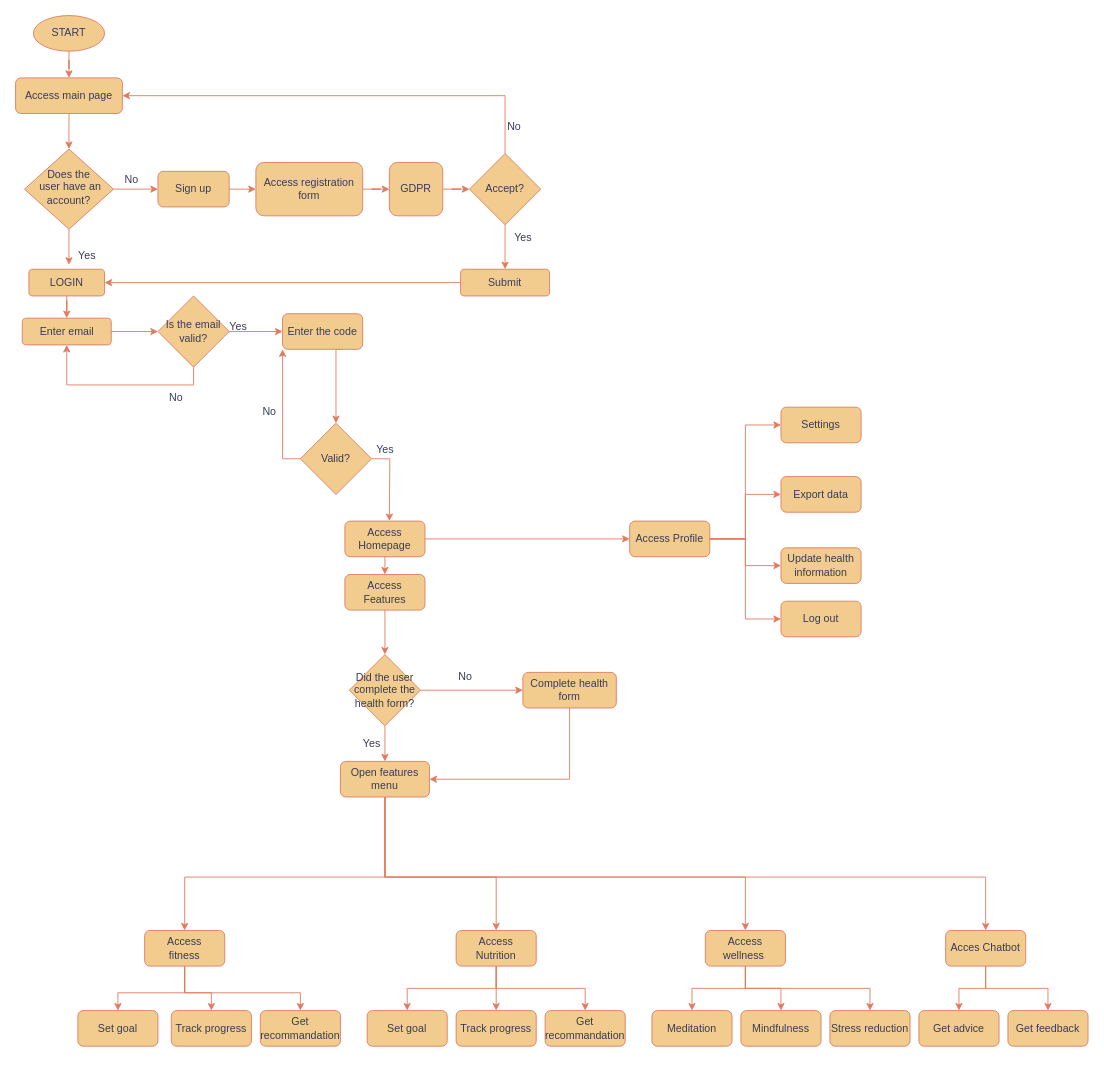
Before: Untitled Diagram.drawio in MihalacheDiana/IP2023, a draw.io diagram. Source tidied: cells renumbered, new cells numbered last; positions are measured from the earlier drawing's top-left corner, leaving out a move shared by most shapes. Both pictures are drawn from the tidied source at 89%, with x=0, y=0 at pixel (15, 15).
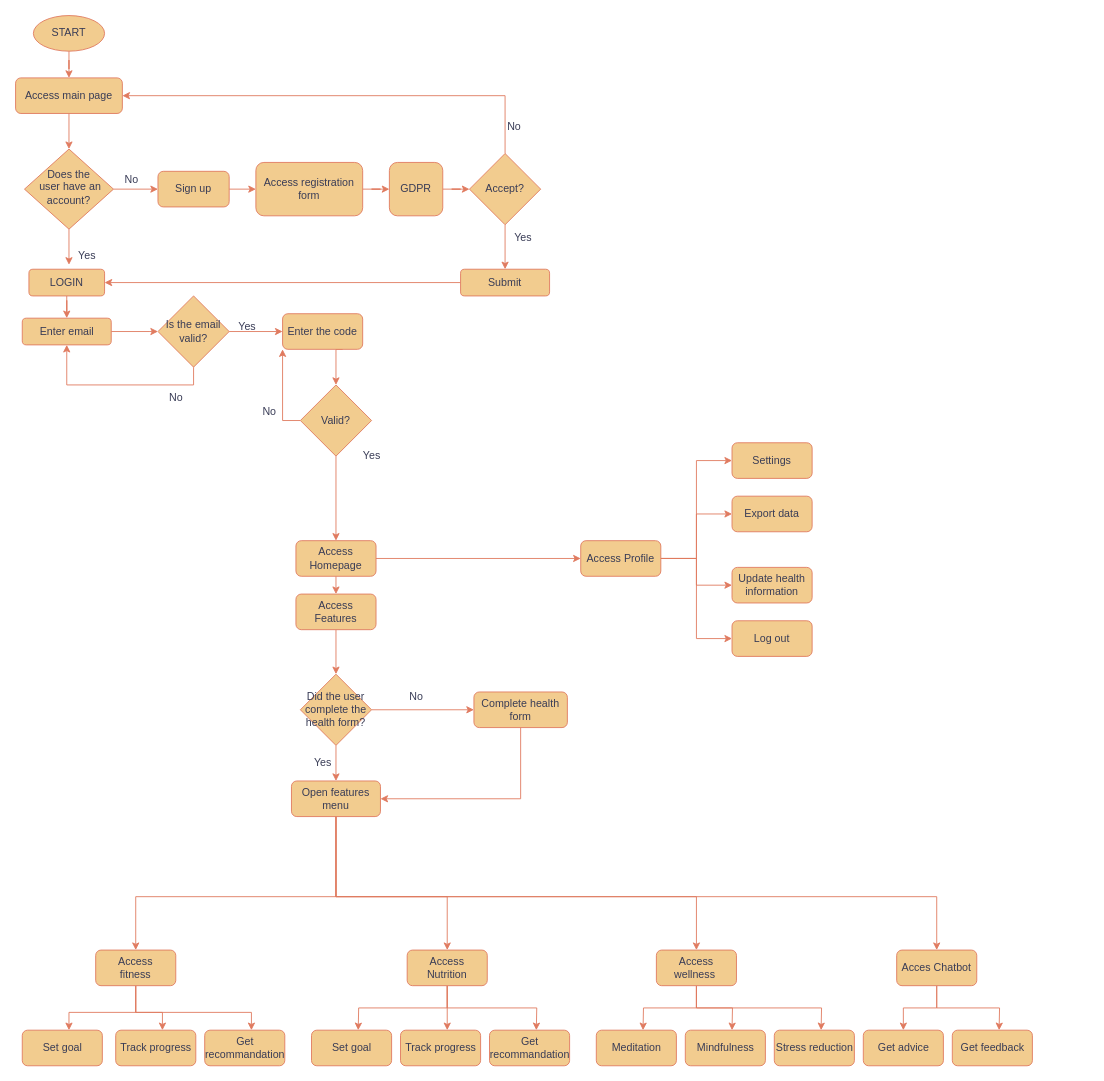
The same diagram, later.

Change to the diagram source:
```diff
@@
-    <mxCell id="21" style="edgeStyle=orthogonalEdgeStyle;rounded=0;jettySize=auto;html=1;labelBackgroundColor=none;strokeColor=#E07A5F;fontColor=default;" parent="1" edge="1" source="23">
-      <mxGeometry relative="1" as="geometry">
-        <mxPoint x="420" y="568" as="targetPoint" />
-      </mxGeometry>
-    </mxCell>
@@
+    <mxCell id="94" style="edgeStyle=orthogonalEdgeStyle;rounded=0;jettySize=auto;html=1;exitX=0.5;exitY=1;exitDx=0;exitDy=0;strokeColor=#E07A5F;fontColor=#393C56;fillColor=#F2CC8F;entryX=0.5;entryY=0;entryDx=0;entryDy=0;" parent="1" edge="1" source="23" target="34">
+      <mxGeometry relative="1" as="geometry" />
+    </mxCell>
     <mxCell id="23" value="Valid?" style="rhombus;whiteSpace=wrap;html=1;labelBackgroundColor=none;fillColor=#F2CC8F;strokeColor=#E07A5F;fontColor=#393C56;" parent="1" vertex="1">
-      <mxGeometry x="320" y="458" width="80" height="80" as="geometry" />
+      <mxGeometry x="320" y="415" width="80" height="80" as="geometry" />
     </mxCell>
@@
     <mxCell id="25" value="Yes" style="text;html=1;align=center;verticalAlign=middle;strokeColor=none;fillColor=none;labelBackgroundColor=none;fontColor=#393C56;" parent="1" vertex="1">
-      <mxGeometry x="395" y="473" width="40" height="30" as="geometry" />
+      <mxGeometry x="380" y="480" width="40" height="30" as="geometry" />
     </mxCell>
@@
     <mxCell id="34" value="Access Homepage" style="rounded=1;whiteSpace=wrap;html=1;labelBackgroundColor=none;fillColor=#F2CC8F;strokeColor=#E07A5F;fontColor=#393C56;" parent="1" vertex="1">
-      <mxGeometry x="370" y="568" width="90" height="40" as="geometry" />
+      <mxGeometry x="315" y="590" width="90" height="40" as="geometry" />
     </mxCell>
@@
     <mxCell id="39" value="Access Profile" style="rounded=1;whiteSpace=wrap;html=1;labelBackgroundColor=none;fillColor=#F2CC8F;strokeColor=#E07A5F;fontColor=#393C56;" parent="1" vertex="1">
-      <mxGeometry x="690" y="568" width="90" height="40" as="geometry" />
+      <mxGeometry x="635" y="590" width="90" height="40" as="geometry" />
     </mxCell>
     <mxCell id="40" style="edgeStyle=orthogonalEdgeStyle;rounded=0;jettySize=auto;html=1;exitX=0.5;exitY=1;exitDx=0;exitDy=0;strokeColor=#E07A5F;fontColor=default;fillColor=#F2CC8F;entryX=0.5;entryY=0;entryDx=0;entryDy=0;labelBackgroundColor=none;" parent="1" edge="1" source="81" target="43">
       <mxGeometry relative="1" as="geometry">
         <Array as="points">
-          <mxPoint x="415" y="968" />
-          <mxPoint x="1090" y="968" />
+          <mxPoint x="360" y="990" />
+          <mxPoint x="1035" y="990" />
         </Array>
       </mxGeometry>
     </mxCell>
+    <mxCell id="42" style="edgeStyle=orthogonalEdgeStyle;rounded=0;jettySize=auto;html=1;exitX=0.5;exitY=1;exitDx=0;exitDy=0;strokeColor=#E07A5F;fontColor=default;fillColor=#F2CC8F;labelBackgroundColor=none;" parent="1" edge="1" source="43">
+      <mxGeometry relative="1" as="geometry">
+        <mxPoint x="1105.1" y="1140" as="targetPoint" />
+      </mxGeometry>
+    </mxCell>
-    <mxCell id="41" style="edgeStyle=orthogonalEdgeStyle;rounded=0;jettySize=auto;html=1;exitX=0.5;exitY=1;exitDx=0;exitDy=0;entryX=0.5;entryY=0;entryDx=0;entryDy=0;strokeColor=#E07A5F;fontColor=default;fillColor=#F2CC8F;labelBackgroundColor=none;" parent="1" edge="1" source="43" target="67">
+    <mxCell id="41" style="edgeStyle=orthogonalEdgeStyle;rounded=0;jettySize=auto;html=1;exitX=0.5;exitY=1;exitDx=0;exitDy=0;entryX=0.5;entryY=0;entryDx=0;entryDy=0;strokeColor=#E07A5F;fontColor=#393C56;fillColor=#F2CC8F;" parent="1" edge="1" source="43" target="67">
       <mxGeometry relative="1" as="geometry" />
     </mxCell>
-    <mxCell id="42" style="edgeStyle=orthogonalEdgeStyle;rounded=0;jettySize=auto;html=1;exitX=0.5;exitY=1;exitDx=0;exitDy=0;strokeColor=#E07A5F;fontColor=default;fillColor=#F2CC8F;labelBackgroundColor=none;" parent="1" edge="1" source="43" target="68">
-      <mxGeometry relative="1" as="geometry" />
-    </mxCell>
     <mxCell id="43" value="Acces Chatbot" style="rounded=1;whiteSpace=wrap;html=1;labelBackgroundColor=none;fillColor=#F2CC8F;strokeColor=#E07A5F;fontColor=#393C56;" parent="1" vertex="1">
-      <mxGeometry x="1045" y="1028" width="90" height="40" as="geometry" />
+      <mxGeometry x="990" y="1050" width="90" height="40" as="geometry" />
     </mxCell>
-    <mxCell id="44" style="edgeStyle=orthogonalEdgeStyle;rounded=0;jettySize=auto;html=1;exitX=0.5;exitY=1;exitDx=0;exitDy=0;entryX=0.5;entryY=0;entryDx=0;entryDy=0;strokeColor=#E07A5F;fontColor=default;fillColor=#F2CC8F;labelBackgroundColor=none;" parent="1" edge="1" source="47" target="61">
-      <mxGeometry relative="1" as="geometry" />
+    <mxCell id="44" style="edgeStyle=orthogonalEdgeStyle;rounded=0;jettySize=auto;html=1;exitX=0.5;exitY=1;exitDx=0;exitDy=0;entryX=0.5;entryY=0;entryDx=0;entryDy=0;strokeColor=#E07A5F;fontColor=default;fillColor=#F2CC8F;labelBackgroundColor=none;" parent="1" edge="1" source="47">
+      <mxGeometry relative="1" as="geometry">
+        <mxPoint x="385" y="1140" as="targetPoint" />
+      </mxGeometry>
     </mxCell>
-    <mxCell id="45" style="edgeStyle=orthogonalEdgeStyle;rounded=0;jettySize=auto;html=1;exitX=0.5;exitY=1;exitDx=0;exitDy=0;strokeColor=#E07A5F;fontColor=default;fillColor=#F2CC8F;labelBackgroundColor=none;" parent="1" edge="1" source="47" target="62">
-      <mxGeometry relative="1" as="geometry" />
+    <mxCell id="45" style="edgeStyle=orthogonalEdgeStyle;rounded=0;jettySize=auto;html=1;exitX=0.5;exitY=1;exitDx=0;exitDy=0;strokeColor=#E07A5F;fontColor=default;fillColor=#F2CC8F;labelBackgroundColor=none;" parent="1" edge="1" source="47">
+      <mxGeometry relative="1" as="geometry">
+        <mxPoint x="485" y="1140" as="targetPoint" />
+      </mxGeometry>
     </mxCell>
-    <mxCell id="46" style="edgeStyle=orthogonalEdgeStyle;rounded=0;jettySize=auto;html=1;exitX=0.5;exitY=1;exitDx=0;exitDy=0;strokeColor=#E07A5F;fontColor=default;fillColor=#F2CC8F;labelBackgroundColor=none;" parent="1" edge="1" source="47" target="63">
-      <mxGeometry relative="1" as="geometry" />
+    <mxCell id="46" style="edgeStyle=orthogonalEdgeStyle;rounded=0;jettySize=auto;html=1;exitX=0.5;exitY=1;exitDx=0;exitDy=0;strokeColor=#E07A5F;fontColor=default;fillColor=#F2CC8F;labelBackgroundColor=none;" parent="1" edge="1" source="47">
+      <mxGeometry relative="1" as="geometry">
+        <mxPoint x="585.1" y="1140" as="targetPoint" />
+      </mxGeometry>
     </mxCell>
     <mxCell id="47" value="Access &lt;br&gt;Nutrition" style="rounded=1;whiteSpace=wrap;html=1;labelBackgroundColor=none;fillColor=#F2CC8F;strokeColor=#E07A5F;fontColor=#393C56;" parent="1" vertex="1">
-      <mxGeometry x="495" y="1028" width="90" height="40" as="geometry" />
+      <mxGeometry x="440" y="1050" width="90" height="40" as="geometry" />
     </mxCell>
-    <mxCell id="48" style="edgeStyle=orthogonalEdgeStyle;rounded=0;jettySize=auto;html=1;exitX=0.5;exitY=1;exitDx=0;exitDy=0;entryX=0.5;entryY=0;entryDx=0;entryDy=0;strokeColor=#E07A5F;fontColor=default;fillColor=#F2CC8F;labelBackgroundColor=none;" parent="1" edge="1" source="51" target="59">
+    <mxCell id="48" style="edgeStyle=orthogonalEdgeStyle;rounded=0;jettySize=auto;html=1;exitX=0.5;exitY=1;exitDx=0;exitDy=0;entryX=0.5;entryY=0;entryDx=0;entryDy=0;strokeColor=#E07A5F;fontColor=default;fillColor=#F2CC8F;labelBackgroundColor=none;" parent="1" edge="1" source="51">
       <mxGeometry relative="1" as="geometry">
+        <mxPoint x="165" y="1140" as="targetPoint" />
         <Array as="points">
-          <mxPoint x="190" y="1098" />
-          <mxPoint x="220" y="1098" />
+          <mxPoint x="135" y="1120" />
+          <mxPoint x="165" y="1120" />
         </Array>
       </mxGeometry>
     </mxCell>
-    <mxCell id="49" style="edgeStyle=orthogonalEdgeStyle;rounded=0;jettySize=auto;html=1;exitX=0.5;exitY=1;exitDx=0;exitDy=0;entryX=0.5;entryY=0;entryDx=0;entryDy=0;strokeColor=#E07A5F;fontColor=default;fillColor=#F2CC8F;labelBackgroundColor=none;" parent="1" edge="1" source="51" target="60">
+    <mxCell id="49" style="edgeStyle=orthogonalEdgeStyle;rounded=0;jettySize=auto;html=1;exitX=0.5;exitY=1;exitDx=0;exitDy=0;entryX=0.5;entryY=0;entryDx=0;entryDy=0;strokeColor=#E07A5F;fontColor=default;fillColor=#F2CC8F;labelBackgroundColor=none;" parent="1" edge="1" source="51">
       <mxGeometry relative="1" as="geometry">
+        <mxPoint x="265" y="1140" as="targetPoint" />
         <Array as="points">
-          <mxPoint x="190" y="1098" />
-          <mxPoint x="320" y="1098" />
+          <mxPoint x="135" y="1120" />
+          <mxPoint x="265" y="1120" />
         </Array>
       </mxGeometry>
     </mxCell>
-    <mxCell id="50" style="edgeStyle=orthogonalEdgeStyle;rounded=0;jettySize=auto;html=1;exitX=0.5;exitY=1;exitDx=0;exitDy=0;entryX=0.5;entryY=0;entryDx=0;entryDy=0;strokeColor=#E07A5F;fontColor=default;fillColor=#F2CC8F;labelBackgroundColor=none;" parent="1" edge="1" source="51" target="57">
+    <mxCell id="50" style="edgeStyle=orthogonalEdgeStyle;rounded=0;jettySize=auto;html=1;exitX=0.5;exitY=1;exitDx=0;exitDy=0;entryX=0.5;entryY=0;entryDx=0;entryDy=0;strokeColor=#E07A5F;fontColor=default;fillColor=#F2CC8F;labelBackgroundColor=none;" parent="1" edge="1" source="51">
       <mxGeometry relative="1" as="geometry">
+        <mxPoint x="60" y="1140" as="targetPoint" />
         <Array as="points">
-          <mxPoint x="190" y="1098" />
-          <mxPoint x="115" y="1098" />
+          <mxPoint x="135" y="1120" />
+          <mxPoint x="60" y="1120" />
         </Array>
       </mxGeometry>
     </mxCell>
     <mxCell id="51" value="Access &lt;br&gt;fitness" style="rounded=1;whiteSpace=wrap;html=1;strokeColor=#E07A5F;fontColor=#393C56;fillColor=#F2CC8F;labelBackgroundColor=none;" parent="1" vertex="1">
-      <mxGeometry x="145" y="1028" width="90" height="40" as="geometry" />
+      <mxGeometry x="90" y="1050" width="90" height="40" as="geometry" />
     </mxCell>
@@
-    <mxCell id="53" style="edgeStyle=orthogonalEdgeStyle;rounded=0;jettySize=auto;html=1;exitX=0.5;exitY=1;exitDx=0;exitDy=0;entryX=0.5;entryY=0;entryDx=0;entryDy=0;strokeColor=#E07A5F;fontColor=default;fillColor=#F2CC8F;labelBackgroundColor=none;" parent="1" edge="1" source="56" target="64">
-      <mxGeometry relative="1" as="geometry" />
+    <mxCell id="53" style="edgeStyle=orthogonalEdgeStyle;rounded=0;jettySize=auto;html=1;exitX=0.5;exitY=1;exitDx=0;exitDy=0;entryX=0.5;entryY=0;entryDx=0;entryDy=0;strokeColor=#E07A5F;fontColor=default;fillColor=#F2CC8F;labelBackgroundColor=none;" parent="1" edge="1" source="56">
+      <mxGeometry relative="1" as="geometry">
+        <mxPoint x="705" y="1140" as="targetPoint" />
+      </mxGeometry>
     </mxCell>
-    <mxCell id="54" style="edgeStyle=orthogonalEdgeStyle;rounded=0;jettySize=auto;html=1;exitX=0.5;exitY=1;exitDx=0;exitDy=0;entryX=0.5;entryY=0;entryDx=0;entryDy=0;strokeColor=#E07A5F;fontColor=default;fillColor=#F2CC8F;labelBackgroundColor=none;" parent="1" edge="1" source="56" target="66">
-      <mxGeometry relative="1" as="geometry" />
+    <mxCell id="54" style="edgeStyle=orthogonalEdgeStyle;rounded=0;jettySize=auto;html=1;exitX=0.5;exitY=1;exitDx=0;exitDy=0;entryX=0.5;entryY=0;entryDx=0;entryDy=0;strokeColor=#E07A5F;fontColor=default;fillColor=#F2CC8F;labelBackgroundColor=none;" parent="1" edge="1" source="56">
+      <mxGeometry relative="1" as="geometry">
+        <mxPoint x="805" y="1140" as="targetPoint" />
+      </mxGeometry>
     </mxCell>
-    <mxCell id="55" style="edgeStyle=orthogonalEdgeStyle;rounded=0;jettySize=auto;html=1;exitX=0.5;exitY=1;exitDx=0;exitDy=0;strokeColor=#E07A5F;fontColor=default;fillColor=#F2CC8F;labelBackgroundColor=none;" parent="1" edge="1" source="56" target="65">
-      <mxGeometry relative="1" as="geometry" />
+    <mxCell id="55" style="edgeStyle=orthogonalEdgeStyle;rounded=0;jettySize=auto;html=1;exitX=0.5;exitY=1;exitDx=0;exitDy=0;strokeColor=#E07A5F;fontColor=default;fillColor=#F2CC8F;labelBackgroundColor=none;" parent="1" edge="1" source="56">
+      <mxGeometry relative="1" as="geometry">
+        <mxPoint x="905.1" y="1140" as="targetPoint" />
+      </mxGeometry>
     </mxCell>
     <mxCell id="56" value="Access wellness&amp;nbsp;" style="rounded=1;whiteSpace=wrap;html=1;strokeColor=#E07A5F;fontColor=#393C56;fillColor=#F2CC8F;labelBackgroundColor=none;" parent="1" vertex="1">
-      <mxGeometry x="775" y="1028" width="90" height="40" as="geometry" />
+      <mxGeometry x="720" y="1050" width="90" height="40" as="geometry" />
     </mxCell>
     <mxCell id="57" value="Set goal" style="rounded=1;whiteSpace=wrap;html=1;strokeColor=#E07A5F;fontColor=#393C56;fillColor=#F2CC8F;labelBackgroundColor=none;" parent="1" vertex="1">
-      <mxGeometry x="70" y="1118" width="90" height="40" as="geometry" />
+      <mxGeometry x="7.5" y="1140" width="90" height="40" as="geometry" />
     </mxCell>
@@
     <mxCell id="59" value="Track progress" style="rounded=1;whiteSpace=wrap;html=1;strokeColor=#E07A5F;fontColor=#393C56;fillColor=#F2CC8F;labelBackgroundColor=none;" parent="1" vertex="1">
-      <mxGeometry x="175" y="1118" width="90" height="40" as="geometry" />
+      <mxGeometry x="112.5" y="1140" width="90" height="40" as="geometry" />
     </mxCell>
     <mxCell id="60" value="Get recommandation" style="rounded=1;whiteSpace=wrap;html=1;strokeColor=#E07A5F;fontColor=#393C56;fillColor=#F2CC8F;labelBackgroundColor=none;" parent="1" vertex="1">
-      <mxGeometry x="275" y="1118" width="90" height="40" as="geometry" />
+      <mxGeometry x="212.5" y="1140" width="90" height="40" as="geometry" />
     </mxCell>
     <mxCell id="61" value="Set goal" style="rounded=1;whiteSpace=wrap;html=1;strokeColor=#E07A5F;fontColor=#393C56;fillColor=#F2CC8F;labelBackgroundColor=none;" parent="1" vertex="1">
-      <mxGeometry x="395" y="1118" width="90" height="40" as="geometry" />
+      <mxGeometry x="332.5" y="1140" width="90" height="40" as="geometry" />
     </mxCell>
     <mxCell id="62" value="Track progress" style="rounded=1;whiteSpace=wrap;html=1;strokeColor=#E07A5F;fontColor=#393C56;fillColor=#F2CC8F;labelBackgroundColor=none;" parent="1" vertex="1">
-      <mxGeometry x="495" y="1118" width="90" height="40" as="geometry" />
+      <mxGeometry x="432.5" y="1140" width="90" height="40" as="geometry" />
     </mxCell>
     <mxCell id="63" value="Get recommandation" style="rounded=1;whiteSpace=wrap;html=1;strokeColor=#E07A5F;fontColor=#393C56;fillColor=#F2CC8F;labelBackgroundColor=none;" parent="1" vertex="1">
-      <mxGeometry x="595" y="1118" width="90" height="40" as="geometry" />
+      <mxGeometry x="532.5" y="1140" width="90" height="40" as="geometry" />
     </mxCell>
     <mxCell id="64" value="Meditation" style="rounded=1;whiteSpace=wrap;html=1;strokeColor=#E07A5F;fontColor=#393C56;fillColor=#F2CC8F;labelBackgroundColor=none;" parent="1" vertex="1">
-      <mxGeometry x="715" y="1118" width="90" height="40" as="geometry" />
+      <mxGeometry x="652.5" y="1140" width="90" height="40" as="geometry" />
     </mxCell>
     <mxCell id="65" value="Stress reduction" style="rounded=1;whiteSpace=wrap;html=1;strokeColor=#E07A5F;fontColor=#393C56;fillColor=#F2CC8F;labelBackgroundColor=none;" parent="1" vertex="1">
-      <mxGeometry x="915" y="1118" width="90" height="40" as="geometry" />
+      <mxGeometry x="852.5" y="1140" width="90" height="40" as="geometry" />
     </mxCell>
     <mxCell id="66" value="Mindfulness" style="rounded=1;whiteSpace=wrap;html=1;strokeColor=#E07A5F;fontColor=#393C56;fillColor=#F2CC8F;labelBackgroundColor=none;" parent="1" vertex="1">
-      <mxGeometry x="815" y="1118" width="90" height="40" as="geometry" />
+      <mxGeometry x="752.5" y="1140" width="90" height="40" as="geometry" />
     </mxCell>
     <mxCell id="67" value="Get advice" style="rounded=1;whiteSpace=wrap;html=1;strokeColor=#E07A5F;fontColor=#393C56;fillColor=#F2CC8F;labelBackgroundColor=none;" parent="1" vertex="1">
-      <mxGeometry x="1015" y="1118" width="90" height="40" as="geometry" />
+      <mxGeometry x="952.5" y="1140" width="90" height="40" as="geometry" />
     </mxCell>
     <mxCell id="68" value="Get feedback" style="rounded=1;whiteSpace=wrap;html=1;strokeColor=#E07A5F;fontColor=#393C56;fillColor=#F2CC8F;labelBackgroundColor=none;" parent="1" vertex="1">
-      <mxGeometry x="1115" y="1118" width="90" height="40" as="geometry" />
+      <mxGeometry x="1052.5" y="1140" width="90" height="40" as="geometry" />
     </mxCell>
     <mxCell id="69" value="Export data" style="rounded=1;whiteSpace=wrap;html=1;labelBackgroundColor=none;fillColor=#F2CC8F;strokeColor=#E07A5F;fontColor=#393C56;" parent="1" vertex="1">
-      <mxGeometry x="860" y="518" width="90" height="40" as="geometry" />
+      <mxGeometry x="805" y="540" width="90" height="40" as="geometry" />
     </mxCell>
     <mxCell id="70" value="Settings" style="rounded=1;whiteSpace=wrap;html=1;labelBackgroundColor=none;fillColor=#F2CC8F;strokeColor=#E07A5F;fontColor=#393C56;" parent="1" vertex="1">
-      <mxGeometry x="860" y="440" width="90" height="40" as="geometry" />
+      <mxGeometry x="805" y="480" width="90" height="40" as="geometry" />
     </mxCell>
     <mxCell id="71" value="Update health information" style="rounded=1;whiteSpace=wrap;html=1;labelBackgroundColor=none;fillColor=#F2CC8F;strokeColor=#E07A5F;fontColor=#393C56;" parent="1" vertex="1">
-      <mxGeometry x="860" y="598" width="90" height="40" as="geometry" />
+      <mxGeometry x="805" y="620" width="90" height="40" as="geometry" />
     </mxCell>
@@
     <mxCell id="74" value="Access Features" style="rounded=1;whiteSpace=wrap;html=1;labelBackgroundColor=none;fillColor=#F2CC8F;strokeColor=#E07A5F;fontColor=#393C56;" parent="1" vertex="1">
-      <mxGeometry x="370" y="628" width="90" height="40" as="geometry" />
+      <mxGeometry x="315" y="650" width="90" height="40" as="geometry" />
     </mxCell>
@@
     <mxCell id="77" value="Did the user complete the health form?" style="rhombus;whiteSpace=wrap;html=1;fillColor=#F2CC8F;strokeColor=#E07A5F;fontColor=#393C56;rounded=0;labelBackgroundColor=none;" parent="1" vertex="1">
-      <mxGeometry x="375" y="718" width="80" height="80" as="geometry" />
+      <mxGeometry x="320" y="740" width="80" height="80" as="geometry" />
     </mxCell>
     <mxCell id="78" style="edgeStyle=orthogonalEdgeStyle;rounded=0;jettySize=auto;html=1;exitX=0.5;exitY=1;exitDx=0;exitDy=0;entryX=0.5;entryY=0;entryDx=0;entryDy=0;strokeColor=#E07A5F;fontColor=default;fillColor=#F2CC8F;labelBackgroundColor=none;" parent="1" edge="1" source="81" target="51">
       <mxGeometry relative="1" as="geometry">
         <Array as="points">
-          <mxPoint x="415" y="968" />
-          <mxPoint x="190" y="968" />
+          <mxPoint x="360" y="990" />
+          <mxPoint x="135" y="990" />
         </Array>
       </mxGeometry>
     </mxCell>
     <mxCell id="79" style="edgeStyle=orthogonalEdgeStyle;rounded=0;jettySize=auto;html=1;exitX=0.5;exitY=1;exitDx=0;exitDy=0;strokeColor=#E07A5F;fontColor=default;fillColor=#F2CC8F;labelBackgroundColor=none;" parent="1" edge="1" source="81" target="47">
       <mxGeometry relative="1" as="geometry">
         <Array as="points">
-          <mxPoint x="415" y="968" />
-          <mxPoint x="540" y="968" />
+          <mxPoint x="360" y="990" />
+          <mxPoint x="485" y="990" />
         </Array>
       </mxGeometry>
     </mxCell>
     <mxCell id="80" style="edgeStyle=orthogonalEdgeStyle;rounded=0;jettySize=auto;html=1;exitX=0.5;exitY=1;exitDx=0;exitDy=0;strokeColor=#E07A5F;fontColor=default;fillColor=#F2CC8F;labelBackgroundColor=none;" parent="1" edge="1" source="81" target="56">
       <mxGeometry relative="1" as="geometry">
         <Array as="points">
-          <mxPoint x="415" y="968" />
-          <mxPoint x="820" y="968" />
+          <mxPoint x="360" y="990" />
+          <mxPoint x="765" y="990" />
         </Array>
       </mxGeometry>
     </mxCell>
     <mxCell id="81" value="Open features menu" style="whiteSpace=wrap;html=1;fillColor=#F2CC8F;strokeColor=#E07A5F;fontColor=#393C56;rounded=1;labelBackgroundColor=none;" parent="1" vertex="1">
-      <mxGeometry x="365" y="838" width="100" height="40" as="geometry" />
+      <mxGeometry x="310" y="860" width="100" height="40" as="geometry" />
     </mxCell>
     <mxCell id="82" value="Yes" style="text;html=1;align=center;verticalAlign=middle;strokeColor=none;fillColor=none;fontColor=#393C56;labelBackgroundColor=none;" parent="1" vertex="1">
-      <mxGeometry x="380" y="803" width="40" height="30" as="geometry" />
+      <mxGeometry x="325" y="825" width="40" height="30" as="geometry" />
     </mxCell>
@@
     <mxCell id="84" value="Complete health form" style="rounded=1;whiteSpace=wrap;html=1;fillColor=#F2CC8F;strokeColor=#E07A5F;fontColor=#393C56;labelBackgroundColor=none;" parent="1" vertex="1">
-      <mxGeometry x="570" y="738" width="105" height="40" as="geometry" />
+      <mxGeometry x="515" y="760" width="105" height="40" as="geometry" />
     </mxCell>
     <mxCell id="85" value="No" style="text;html=1;align=center;verticalAlign=middle;strokeColor=none;fillColor=none;fontColor=#393C56;labelBackgroundColor=none;" parent="1" vertex="1">
-      <mxGeometry x="485" y="728" width="40" height="30" as="geometry" />
+      <mxGeometry x="430" y="750" width="40" height="30" as="geometry" />
     </mxCell>
     <mxCell id="86" value="Log out" style="rounded=1;whiteSpace=wrap;html=1;labelBackgroundColor=none;fillColor=#F2CC8F;strokeColor=#E07A5F;fontColor=#393C56;" parent="1" vertex="1">
-      <mxGeometry x="860" y="658" width="90" height="40" as="geometry" />
+      <mxGeometry x="805" y="680" width="90" height="40" as="geometry" />
     </mxCell>
@@
     <mxCell id="92" value="Yes" style="text;html=1;align=center;verticalAlign=middle;strokeColor=none;fillColor=none;labelBackgroundColor=none;fontColor=#393C56;" parent="1" vertex="1">
-      <mxGeometry x="230" y="335" width="40" height="30" as="geometry" />
+      <mxGeometry x="240" y="335" width="40" height="30" as="geometry" />
     </mxCell>
@@
+    <mxCell id="95" style="edgeStyle=orthogonalEdgeStyle;rounded=0;orthogonalLoop=1;jettySize=auto;html=1;exitX=0.5;exitY=1;exitDx=0;exitDy=0;strokeColor=#E07A5F;fontColor=#393C56;fillColor=#F2CC8F;" parent="1" edge="1" source="34" target="34">
+      <mxGeometry relative="1" as="geometry" />
+    </mxCell>
```
